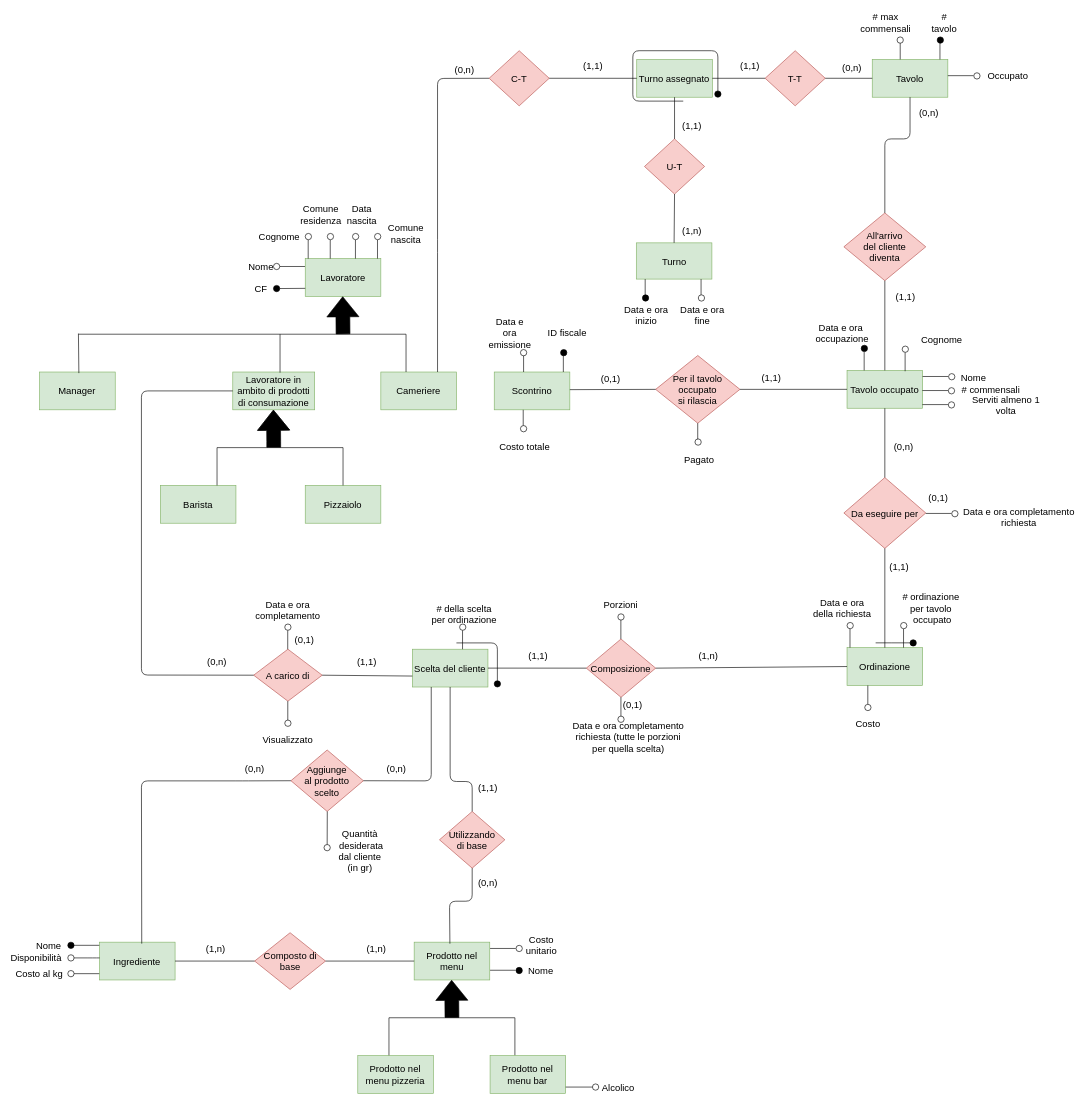
The draw.io diagram ERD/ERD_EditableDiagram.drawio in StefanoBelli/pizzeria, before the edit. Source tidied: cells renumbered, new cells numbered last; positions are measured from the earlier drawing's top-left corner, leaving out a move shared by most shapes. Both pictures are drawn from the tidied source at 63%, with x=0, y=0 at pixel (11, 16).
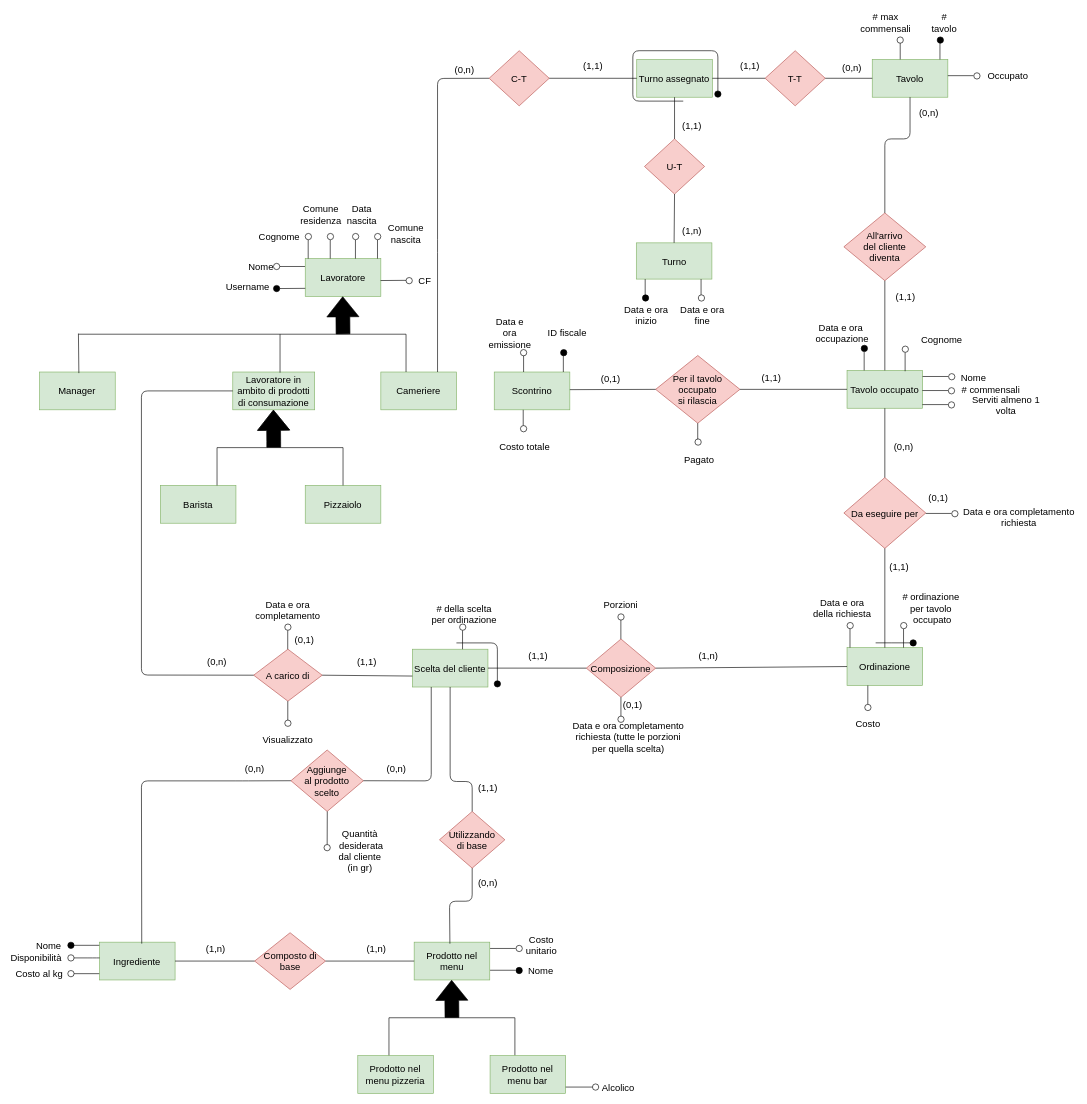
The same page after the edit.

What changed in the source:
```diff
@@
-    <mxCell id="41" value="CF" style="text;html=1;strokeColor=none;fillColor=none;align=center;verticalAlign=middle;whiteSpace=wrap;rounded=0;direction=east;fontSize=15;" parent="1" vertex="1">
-      <mxGeometry x="376.6" y="422.5" width="40" height="20" as="geometry" />
+    <mxCell id="41" value="Username" style="text;html=1;strokeColor=none;fillColor=none;align=center;verticalAlign=middle;whiteSpace=wrap;rounded=0;direction=east;fontSize=15;" parent="1" vertex="1">
+      <mxGeometry x="336.3" y="420" width="80.4" height="20" as="geometry" />
     </mxCell>
@@
+    <mxCell id="213" style="ellipse;whiteSpace=wrap;html=1;fontSize=15;" parent="1" vertex="1">
+      <mxGeometry x="627" y="415" width="10" height="10" as="geometry" />
+    </mxCell>
+    <mxCell id="214" value="CF" style="text;html=1;strokeColor=none;fillColor=none;align=center;verticalAlign=middle;whiteSpace=wrap;rounded=0;fontSize=15;" parent="1" vertex="1">
+      <mxGeometry x="637" y="410" width="40" height="20" as="geometry" />
+    </mxCell>
+    <mxCell id="215" style="endArrow=none;html=1;fillColor=#000000;entryX=1;entryY=0.5;entryDx=0;entryDy=0;exitX=0.003;exitY=0.828;exitDx=0;exitDy=0;exitPerimeter=0;fontSize=15;" parent="1" edge="1">
+      <mxGeometry relative="1" as="geometry">
+        <mxPoint x="627" y="419.5" as="sourcePoint" />
+        <mxPoint x="586.6" y="419.8" as="targetPoint" />
+      </mxGeometry>
+    </mxCell>
```
